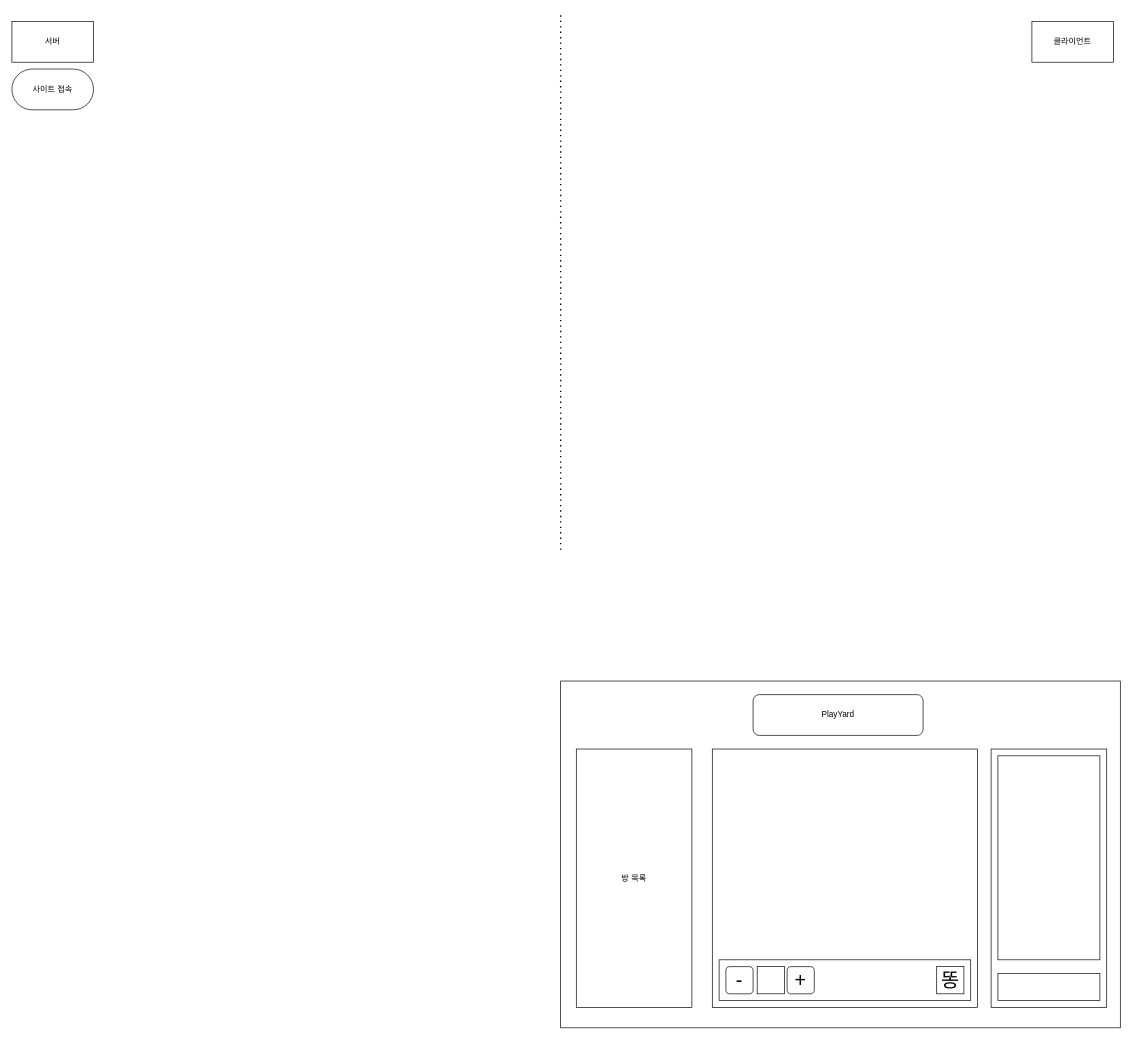
riulwoo/playyard keeps this draw.io diagram as Untitled Diagram.drawio. Above is the earlier version. Source tidied: cells renumbered, new cells numbered last; positions are measured from the earlier drawing's top-left corner, leaving out a move shared by most shapes. Both pictures are drawn from the tidied source at 68%, with x=0, y=0 at pixel (12, 12).
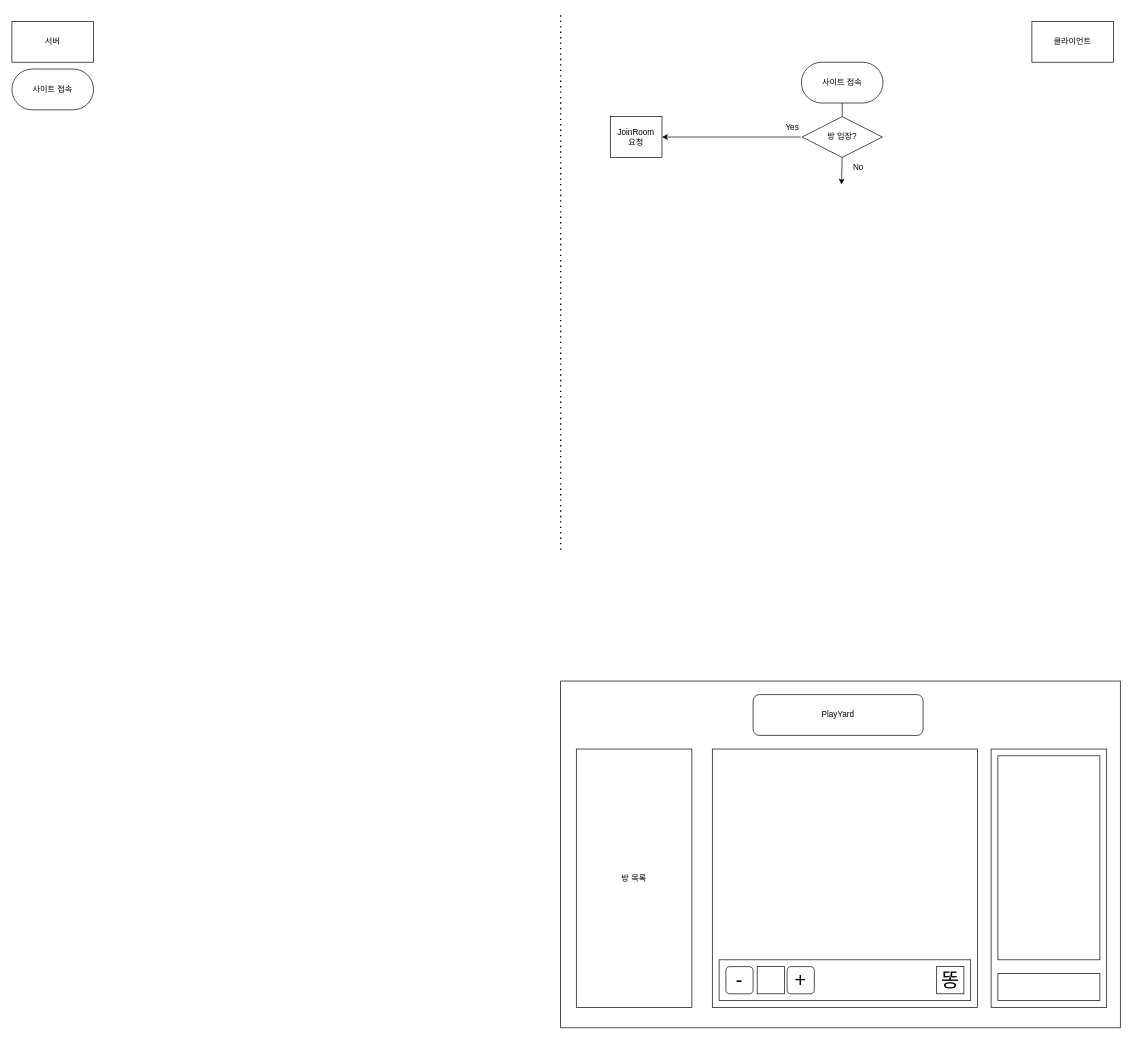
The same diagram, later.

Change to the diagram source:
```diff
@@
+    <mxCell id="18" value="사이트 접속" style="rounded=1;whiteSpace=wrap;html=1;arcSize=50;" parent="1" vertex="1">
+      <mxGeometry x="1161" y="73" width="120" height="60" as="geometry" />
+    </mxCell>
+    <mxCell id="19" style="endArrow=none;html=1;rounded=0;entryX=0.5;entryY=1;entryDx=0;entryDy=0;" parent="1" edge="1" target="18">
+      <mxGeometry relative="1" as="geometry">
+        <mxPoint x="1221" y="153" as="sourcePoint" />
+      </mxGeometry>
+    </mxCell>
+    <mxCell id="20" value="방 입장?" style="rhombus;whiteSpace=wrap;html=1;" parent="1" vertex="1">
+      <mxGeometry x="1162" y="153" width="118" height="60" as="geometry" />
+    </mxCell>
+    <mxCell id="21" style="endArrow=classic;html=1;rounded=0;exitX=0.5;exitY=1;exitDx=0;exitDy=0;" parent="1" edge="1" source="20">
+      <mxGeometry relative="1" as="geometry">
+        <mxPoint x="1220" y="253" as="targetPoint" />
+      </mxGeometry>
+    </mxCell>
+    <mxCell id="22" style="endArrow=classic;html=1;rounded=0;entryX=1;entryY=0.5;entryDx=0;entryDy=0;" parent="1" edge="1" target="23">
+      <mxGeometry relative="1" as="geometry">
+        <mxPoint x="1160" y="183" as="sourcePoint" />
+        <Array as="points">
+          <mxPoint x="1100" y="183" />
+        </Array>
+      </mxGeometry>
+    </mxCell>
+    <mxCell id="23" value="JoinRoom&lt;br&gt;요청" style="rounded=0;whiteSpace=wrap;html=1;" parent="1" vertex="1">
+      <mxGeometry x="880" y="153" width="76" height="60" as="geometry" />
+    </mxCell>
+    <mxCell id="24" value="Yes" style="text;strokeColor=none;fillColor=none;align=left;verticalAlign=middle;spacingLeft=4;spacingRight=4;overflow=hidden;" parent="1" vertex="1">
+      <mxGeometry x="1132" y="153" width="30" height="30" as="geometry" />
+    </mxCell>
+    <mxCell id="25" value="No" style="text;html=1;strokeColor=none;fillColor=none;align=center;verticalAlign=middle;whiteSpace=wrap;rounded=0;" parent="1" vertex="1">
+      <mxGeometry x="1230" y="213" width="30" height="30" as="geometry" />
+    </mxCell>
```
